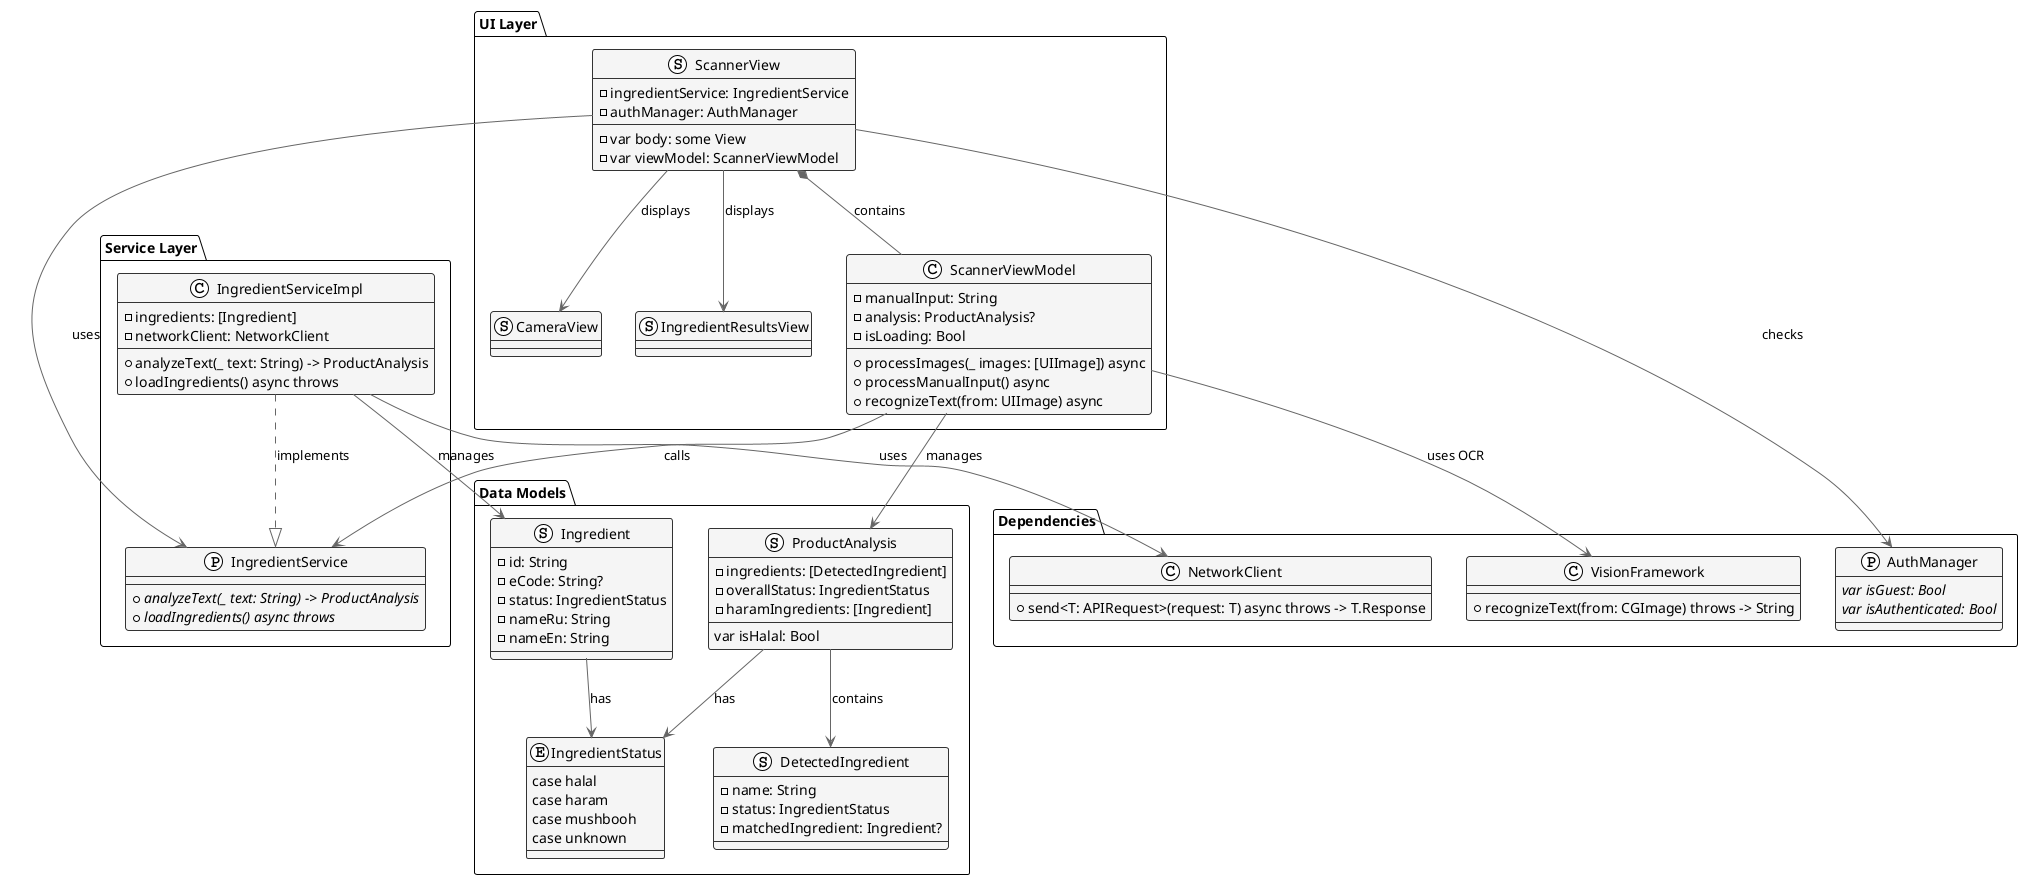
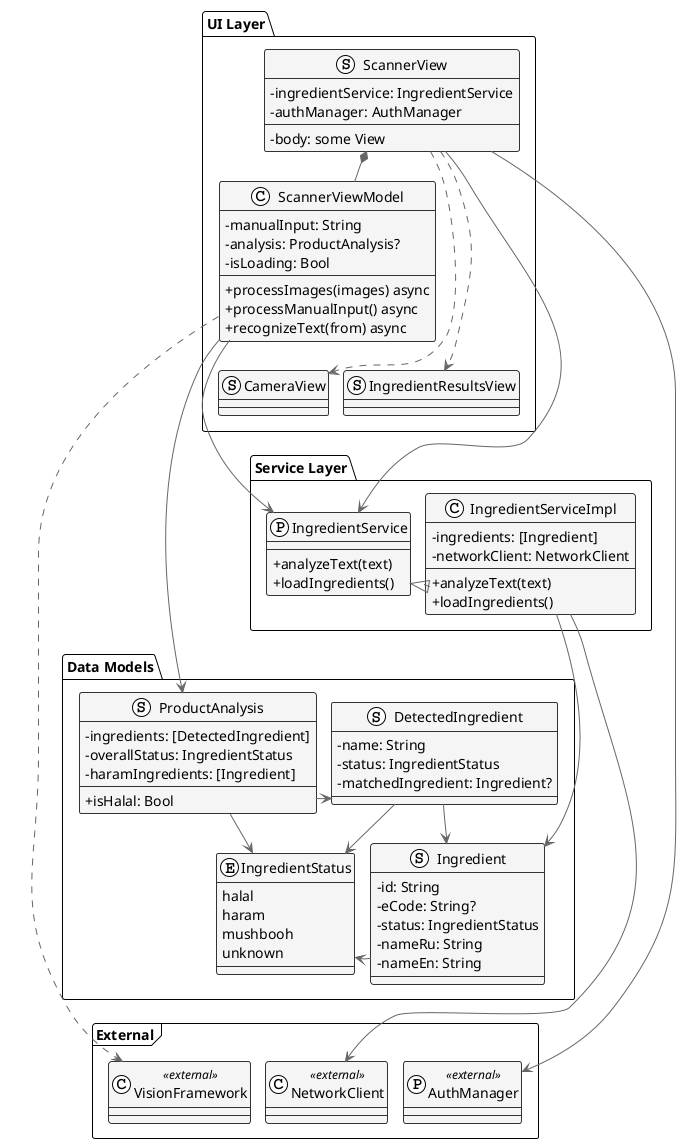
- @startuml Scanner Module (5.3.3.4)
+ @startuml Chapter_5_3_3_4_Scanner_Module

!theme plain
skinparam backgroundColor #FFFFFF
skinparam classBackgroundColor #F5F5F5
skinparam classBorderColor #333333
skinparam arrowColor #666666
+ skinparam ranksep 30
+ skinparam nodesep 15
+ skinparam classAttributeIconSize 0

+ ' ============= UI Layer =============
+ package "UI Layer" {
+     struct ScannerView {
+         - ingredientService: IngredientService
+         - authManager: AuthManager
+         --
+         - body: some View
+     }
+ 
+     class ScannerViewModel {
+         - manualInput: String
+         - analysis: ProductAnalysis?
+         - isLoading: Bool
+         --
+         + processImages(images) async
+         + processManualInput() async
+         + recognizeText(from) async
+     }
+ 
+     struct CameraView
+     struct IngredientResultsView
+ }
+ 
+ ' ============= Service Layer =============
package "Service Layer" {
    protocol IngredientService {
-         {abstract} + analyzeText(_ text: String) -> ProductAnalysis
-         {abstract} + loadIngredients() async throws
+         + analyzeText(text)
+         + loadIngredients()
    }

    class IngredientServiceImpl {
        - ingredients: [Ingredient]
        - networkClient: NetworkClient
        --
-         + analyzeText(_ text: String) -> ProductAnalysis
-         + loadIngredients() async throws
+         + analyzeText(text)
+         + loadIngredients()
    }
}

+ ' ============= Data Models =============
package "Data Models" {
    struct Ingredient {
        - id: String
        - eCode: String?
        - status: IngredientStatus
        - nameRu: String
        - nameEn: String
    }

    enum IngredientStatus {
-         case halal
-         case haram
-         case mushbooh
-         case unknown
+         halal
+         haram
+         mushbooh
+         unknown
    }

    struct ProductAnalysis {
        - ingredients: [DetectedIngredient]
        - overallStatus: IngredientStatus
        - haramIngredients: [Ingredient]
        --
-         var isHalal: Bool
+         + isHalal: Bool
    }

    struct DetectedIngredient {
        - name: String
        - status: IngredientStatus
        - matchedIngredient: Ingredient?
    }
}

- package "UI Layer" {
-     struct ScannerView {
-         - ingredientService: IngredientService
-         - authManager: AuthManager
-         --
-         - var body: some View
-         - var viewModel: ScannerViewModel
-     }
- 
-     class ScannerViewModel {
-         - manualInput: String
-         - analysis: ProductAnalysis?
-         - isLoading: Bool
-         --
-         + processImages(_ images: [UIImage]) async
-         + processManualInput() async
-         + recognizeText(from: UIImage) async
-     }
- 
-     struct CameraView
-     struct IngredientResultsView
- }
- 
- package "Dependencies" {
-     class NetworkClient {
-         + send<T: APIRequest>(request: T) async throws -> T.Response
-     }
- 
-     protocol AuthManager {
-         {abstract} var isGuest: Bool
-         {abstract} var isAuthenticated: Bool
-     }
- 
-     class VisionFramework {
-         + recognizeText(from: CGImage) throws -> String
-     }
+ ' ============= External =============
+ package "External" <<Frame>> {
+     class NetworkClient <<external>>
+     protocol AuthManager <<external>>
+     class VisionFramework <<external>>
}

' ===== RELATIONSHIPS =====
+ ' Realization (interface implementation)
+ IngredientServiceImpl ..|> IngredientService

- IngredientServiceImpl ..|> IngredientService : implements
- IngredientServiceImpl --> NetworkClient : uses
- IngredientServiceImpl --> Ingredient : manages
+ ' Composition (View contains ViewModel)
+ ScannerView *-- ScannerViewModel

- ScannerView --> IngredientService : uses
- ScannerView --> AuthManager : checks
- ScannerView *-- ScannerViewModel : contains
+ ' Association (fields)
+ ScannerView --> IngredientService
+ ScannerView --> AuthManager
+ ScannerViewModel --> IngredientService
+ ScannerViewModel --> ProductAnalysis
+ IngredientServiceImpl --> NetworkClient
+ IngredientServiceImpl --> Ingredient
+ ProductAnalysis --> DetectedIngredient
+ ProductAnalysis --> IngredientStatus
+ Ingredient --> IngredientStatus
+ DetectedIngredient --> IngredientStatus
+ DetectedIngredient --> Ingredient

- ScannerViewModel --> IngredientService : calls
- ScannerViewModel --> VisionFramework : uses OCR
- ScannerViewModel --> ProductAnalysis : manages
+ ' Dependency (used in methods/views only)
+ ScannerView ..> CameraView
+ ScannerView ..> IngredientResultsView
+ ScannerViewModel ..> VisionFramework

- ScannerView --> CameraView : displays
- ScannerView --> IngredientResultsView : displays
- 
- ProductAnalysis --> DetectedIngredient : contains
- ProductAnalysis --> IngredientStatus : has
- Ingredient --> IngredientStatus : has
+ ' ============= Hidden links for vertical layout =============
+ ScannerView -[hidden]down- ScannerViewModel
+ ScannerViewModel -[hidden]down- CameraView
+ CameraView -[hidden]right- IngredientResultsView
+ IngredientResultsView -[hidden]down- IngredientService
+ IngredientService -[hidden]right- IngredientServiceImpl
+ IngredientServiceImpl -[hidden]down- ProductAnalysis
+ ProductAnalysis -[hidden]right- DetectedIngredient
+ DetectedIngredient -[hidden]down- Ingredient
+ Ingredient -[hidden]right- IngredientStatus
+ IngredientStatus -[hidden]down- NetworkClient
+ NetworkClient -[hidden]right- VisionFramework
+ VisionFramework -[hidden]right- AuthManager

@enduml
